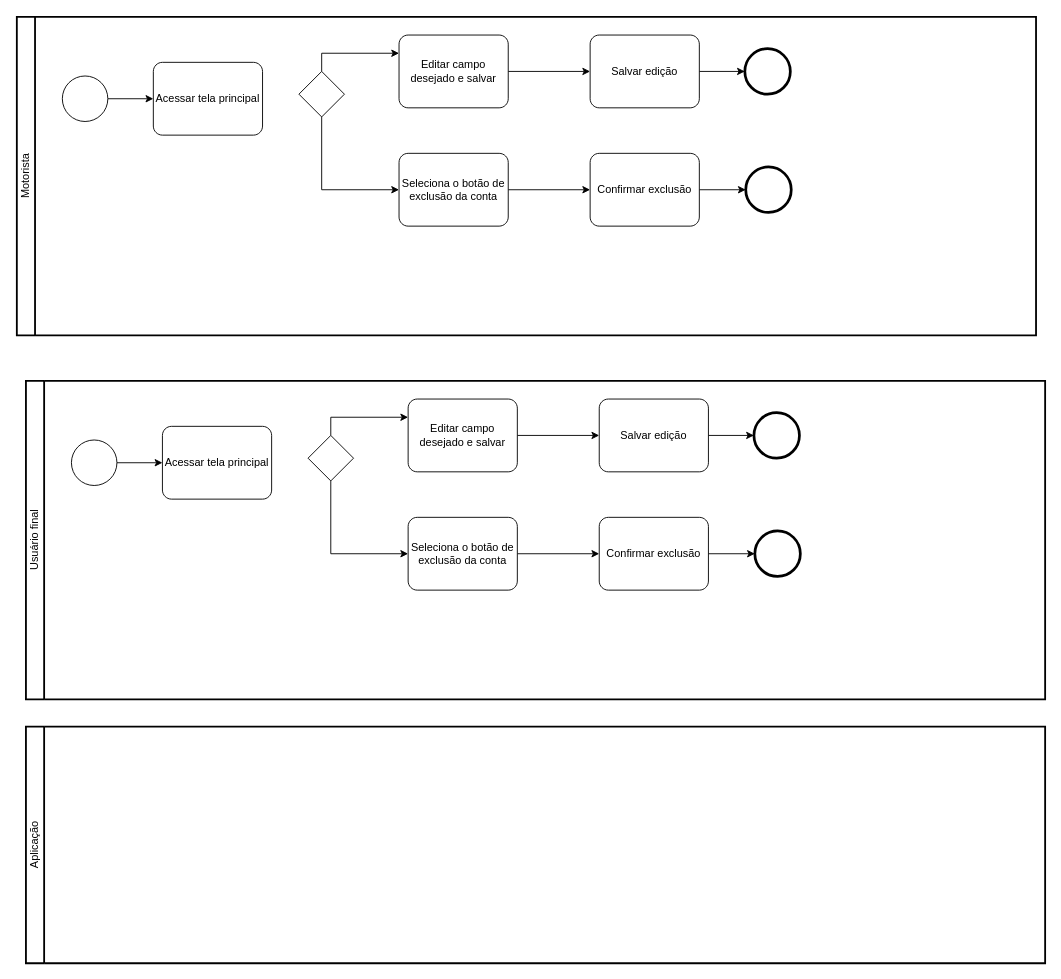
Earlier version of the draw.io diagram page "Editar/ excluir conta usuário" (4 of 8) of Untitled Diagram.drawio (ICEI-PUC-Minas-PMV-ADS/Pet-s-Car). Source tidied: cells renumbered, new cells numbered last; positions are measured from the earlier drawing's top-left corner, leaving out a move shared by most shapes. Both pictures are drawn from the tidied source at 91%, with x=0, y=0 at pixel (16, 16).
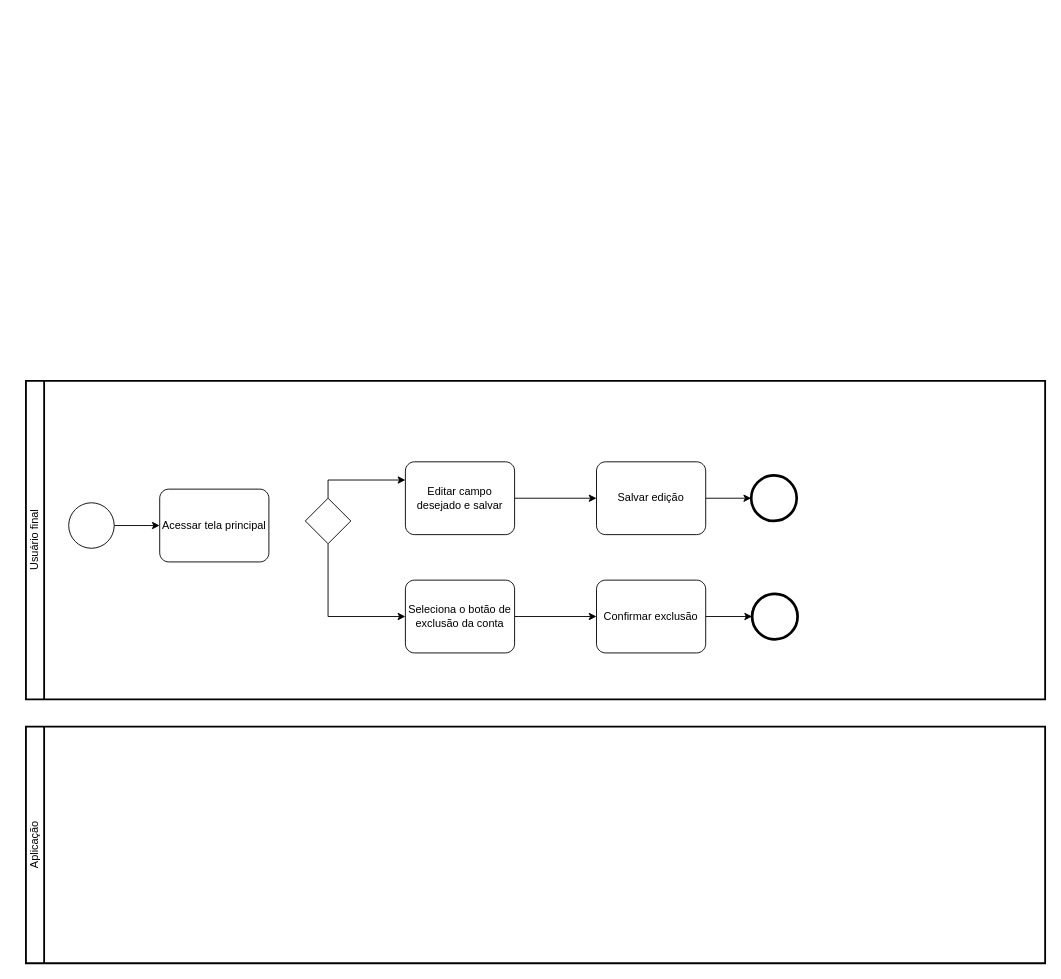
Above is the later version.

The change refers to these unchanged cells:
```xml
<mxCell id="2" value="Usuário final" style="swimlane;html=1;startSize=20;fontStyle=0;horizontal=0;swimlaneLine=1;swimlaneFillColor=#ffffff;strokeWidth=2;whiteSpace=wrap;" parent="1" vertex="1">
  <mxGeometry x="10" y="400" width="1120" height="350" as="geometry" />
</mxCell>
```

Change to the diagram source:
```diff
@@
     <mxCell id="4" style="points=[[0.145,0.145,0],[0.5,0,0],[0.855,0.145,0],[1,0.5,0],[0.855,0.855,0],[0.5,1,0],[0.145,0.855,0],[0,0.5,0]];shape=mxgraph.bpmn.event;html=1;verticalLabelPosition=bottom;labelBackgroundColor=#ffffff;verticalAlign=top;align=center;perimeter=ellipsePerimeter;outlineConnect=0;outline=standard;symbol=general;" parent="2" vertex="1">
-      <mxGeometry x="50" y="65" width="50" height="50" as="geometry" />
+      <mxGeometry x="47" y="134" width="50" height="50" as="geometry" />
     </mxCell>
     <mxCell id="5" value="Acessar tela principal" style="points=[[0.25,0,0],[0.5,0,0],[0.75,0,0],[1,0.25,0],[1,0.5,0],[1,0.75,0],[0.75,1,0],[0.5,1,0],[0.25,1,0],[0,0.75,0],[0,0.5,0],[0,0.25,0]];shape=mxgraph.bpmn.task;whiteSpace=wrap;rectStyle=rounded;size=10;html=1;taskMarker=abstract;" parent="2" vertex="1">
-      <mxGeometry x="150" y="50" width="120" height="80" as="geometry" />
+      <mxGeometry x="147" y="119" width="120" height="80" as="geometry" />
     </mxCell>
@@
     <mxCell id="7" value="Editar campo desejado e salvar" style="points=[[0.25,0,0],[0.5,0,0],[0.75,0,0],[1,0.25,0],[1,0.5,0],[1,0.75,0],[0.75,1,0],[0.5,1,0],[0.25,1,0],[0,0.75,0],[0,0.5,0],[0,0.25,0]];shape=mxgraph.bpmn.task;whiteSpace=wrap;rectStyle=rounded;size=10;html=1;taskMarker=abstract;" parent="2" vertex="1">
-      <mxGeometry x="420" y="20" width="120" height="80" as="geometry" />
+      <mxGeometry x="417" y="89" width="120" height="80" as="geometry" />
     </mxCell>
@@
     <mxCell id="10" style="points=[[0.25,0.25,0],[0.5,0,0],[0.75,0.25,0],[1,0.5,0],[0.75,0.75,0],[0.5,1,0],[0.25,0.75,0],[0,0.5,0]];shape=mxgraph.bpmn.gateway2;html=1;verticalLabelPosition=bottom;labelBackgroundColor=#ffffff;verticalAlign=top;align=center;perimeter=rhombusPerimeter;outlineConnect=0;outline=none;symbol=none;" parent="2" vertex="1">
-      <mxGeometry x="310" y="60" width="50" height="50" as="geometry" />
+      <mxGeometry x="307" y="129" width="50" height="50" as="geometry" />
     </mxCell>
@@
     <mxCell id="12" value="Seleciona o botão de exclusão da conta" style="points=[[0.25,0,0],[0.5,0,0],[0.75,0,0],[1,0.25,0],[1,0.5,0],[1,0.75,0],[0.75,1,0],[0.5,1,0],[0.25,1,0],[0,0.75,0],[0,0.5,0],[0,0.25,0]];shape=mxgraph.bpmn.task;whiteSpace=wrap;rectStyle=rounded;size=10;html=1;taskMarker=abstract;" parent="2" vertex="1">
-      <mxGeometry x="420" y="150" width="120" height="80" as="geometry" />
+      <mxGeometry x="417" y="219" width="120" height="80" as="geometry" />
     </mxCell>
@@
     <mxCell id="14" value="Salvar edição" style="points=[[0.25,0,0],[0.5,0,0],[0.75,0,0],[1,0.25,0],[1,0.5,0],[1,0.75,0],[0.75,1,0],[0.5,1,0],[0.25,1,0],[0,0.75,0],[0,0.5,0],[0,0.25,0]];shape=mxgraph.bpmn.task;whiteSpace=wrap;rectStyle=rounded;size=10;html=1;taskMarker=abstract;" parent="2" vertex="1">
-      <mxGeometry x="630" y="20" width="120" height="80" as="geometry" />
+      <mxGeometry x="627" y="89" width="120" height="80" as="geometry" />
     </mxCell>
@@
     <mxCell id="16" value="Confirmar exclusão" style="points=[[0.25,0,0],[0.5,0,0],[0.75,0,0],[1,0.25,0],[1,0.5,0],[1,0.75,0],[0.75,1,0],[0.5,1,0],[0.25,1,0],[0,0.75,0],[0,0.5,0],[0,0.25,0]];shape=mxgraph.bpmn.task;whiteSpace=wrap;rectStyle=rounded;size=10;html=1;taskMarker=abstract;" parent="2" vertex="1">
-      <mxGeometry x="630" y="150" width="120" height="80" as="geometry" />
+      <mxGeometry x="627" y="219" width="120" height="80" as="geometry" />
     </mxCell>
     <mxCell id="17" style="points=[[0.145,0.145,0],[0.5,0,0],[0.855,0.145,0],[1,0.5,0],[0.855,0.855,0],[0.5,1,0],[0.145,0.855,0],[0,0.5,0]];shape=mxgraph.bpmn.event;html=1;verticalLabelPosition=bottom;labelBackgroundColor=#ffffff;verticalAlign=top;align=center;perimeter=ellipsePerimeter;outlineConnect=0;outline=end;symbol=terminate2;" parent="2" vertex="1">
-      <mxGeometry x="800" y="35" width="50" height="50" as="geometry" />
+      <mxGeometry x="797" y="104" width="50" height="50" as="geometry" />
     </mxCell>
     <mxCell id="18" style="points=[[0.145,0.145,0],[0.5,0,0],[0.855,0.145,0],[1,0.5,0],[0.855,0.855,0],[0.5,1,0],[0.145,0.855,0],[0,0.5,0]];shape=mxgraph.bpmn.event;html=1;verticalLabelPosition=bottom;labelBackgroundColor=#ffffff;verticalAlign=top;align=center;perimeter=ellipsePerimeter;outlineConnect=0;outline=end;symbol=terminate2;" parent="2" vertex="1">
-      <mxGeometry x="801" y="165" width="50" height="50" as="geometry" />
+      <mxGeometry x="798" y="234" width="50" height="50" as="geometry" />
     </mxCell>
@@
-    <mxCell id="20" value="Motorista" style="swimlane;html=1;startSize=20;fontStyle=0;horizontal=0;swimlaneLine=1;swimlaneFillColor=#ffffff;strokeWidth=2;whiteSpace=wrap;" parent="1" vertex="1">
-      <mxGeometry width="1120" height="350" as="geometry" />
-    </mxCell>
-    <mxCell id="21" style="edgeStyle=orthogonalEdgeStyle;rounded=0;jettySize=auto;html=1;exitX=1;exitY=0.5;exitDx=0;exitDy=0;exitPerimeter=0;entryX=0;entryY=0.5;entryDx=0;entryDy=0;entryPerimeter=0;" parent="20" edge="1" source="22" target="23">
-      <mxGeometry relative="1" as="geometry" />
-    </mxCell>
-    <mxCell id="22" style="points=[[0.145,0.145,0],[0.5,0,0],[0.855,0.145,0],[1,0.5,0],[0.855,0.855,0],[0.5,1,0],[0.145,0.855,0],[0,0.5,0]];shape=mxgraph.bpmn.event;html=1;verticalLabelPosition=bottom;labelBackgroundColor=#ffffff;verticalAlign=top;align=center;perimeter=ellipsePerimeter;outlineConnect=0;outline=standard;symbol=general;" parent="20" vertex="1">
-      <mxGeometry x="50" y="65" width="50" height="50" as="geometry" />
-    </mxCell>
-    <mxCell id="23" value="Acessar tela principal" style="points=[[0.25,0,0],[0.5,0,0],[0.75,0,0],[1,0.25,0],[1,0.5,0],[1,0.75,0],[0.75,1,0],[0.5,1,0],[0.25,1,0],[0,0.75,0],[0,0.5,0],[0,0.25,0]];shape=mxgraph.bpmn.task;whiteSpace=wrap;rectStyle=rounded;size=10;html=1;taskMarker=abstract;" parent="20" vertex="1">
-      <mxGeometry x="150" y="50" width="120" height="80" as="geometry" />
-    </mxCell>
-    <mxCell id="24" style="edgeStyle=orthogonalEdgeStyle;rounded=0;jettySize=auto;html=1;exitX=1;exitY=0.5;exitDx=0;exitDy=0;exitPerimeter=0;entryX=0;entryY=0.5;entryDx=0;entryDy=0;entryPerimeter=0;" parent="20" edge="1" source="25" target="32">
-      <mxGeometry relative="1" as="geometry" />
-    </mxCell>
-    <mxCell id="25" value="Editar campo desejado e salvar" style="points=[[0.25,0,0],[0.5,0,0],[0.75,0,0],[1,0.25,0],[1,0.5,0],[1,0.75,0],[0.75,1,0],[0.5,1,0],[0.25,1,0],[0,0.75,0],[0,0.5,0],[0,0.25,0]];shape=mxgraph.bpmn.task;whiteSpace=wrap;rectStyle=rounded;size=10;html=1;taskMarker=abstract;" parent="20" vertex="1">
-      <mxGeometry x="420" y="20" width="120" height="80" as="geometry" />
-    </mxCell>
-    <mxCell id="26" style="edgeStyle=orthogonalEdgeStyle;rounded=0;jettySize=auto;html=1;exitX=0.5;exitY=0;exitDx=0;exitDy=0;exitPerimeter=0;entryX=0;entryY=0.25;entryDx=0;entryDy=0;entryPerimeter=0;" parent="20" edge="1" source="28" target="25">
-      <mxGeometry relative="1" as="geometry" />
-    </mxCell>
-    <mxCell id="27" style="edgeStyle=orthogonalEdgeStyle;rounded=0;jettySize=auto;html=1;exitX=0.5;exitY=1;exitDx=0;exitDy=0;exitPerimeter=0;entryX=0;entryY=0.5;entryDx=0;entryDy=0;entryPerimeter=0;" parent="20" edge="1" source="28" target="30">
-      <mxGeometry relative="1" as="geometry" />
-    </mxCell>
-    <mxCell id="28" style="points=[[0.25,0.25,0],[0.5,0,0],[0.75,0.25,0],[1,0.5,0],[0.75,0.75,0],[0.5,1,0],[0.25,0.75,0],[0,0.5,0]];shape=mxgraph.bpmn.gateway2;html=1;verticalLabelPosition=bottom;labelBackgroundColor=#ffffff;verticalAlign=top;align=center;perimeter=rhombusPerimeter;outlineConnect=0;outline=none;symbol=none;" parent="20" vertex="1">
-      <mxGeometry x="310" y="60" width="50" height="50" as="geometry" />
-    </mxCell>
-    <mxCell id="29" style="edgeStyle=orthogonalEdgeStyle;rounded=0;jettySize=auto;html=1;exitX=1;exitY=0.5;exitDx=0;exitDy=0;exitPerimeter=0;entryX=0;entryY=0.5;entryDx=0;entryDy=0;entryPerimeter=0;" parent="20" edge="1" source="30" target="34">
-      <mxGeometry relative="1" as="geometry" />
-    </mxCell>
-    <mxCell id="30" value="Seleciona o botão de exclusão da conta" style="points=[[0.25,0,0],[0.5,0,0],[0.75,0,0],[1,0.25,0],[1,0.5,0],[1,0.75,0],[0.75,1,0],[0.5,1,0],[0.25,1,0],[0,0.75,0],[0,0.5,0],[0,0.25,0]];shape=mxgraph.bpmn.task;whiteSpace=wrap;rectStyle=rounded;size=10;html=1;taskMarker=abstract;" parent="20" vertex="1">
-      <mxGeometry x="420" y="150" width="120" height="80" as="geometry" />
-    </mxCell>
-    <mxCell id="31" style="edgeStyle=orthogonalEdgeStyle;rounded=0;jettySize=auto;html=1;exitX=1;exitY=0.5;exitDx=0;exitDy=0;exitPerimeter=0;entryX=0;entryY=0.5;entryDx=0;entryDy=0;entryPerimeter=0;" parent="20" edge="1" source="32" target="35">
-      <mxGeometry relative="1" as="geometry" />
-    </mxCell>
-    <mxCell id="32" value="Salvar edição" style="points=[[0.25,0,0],[0.5,0,0],[0.75,0,0],[1,0.25,0],[1,0.5,0],[1,0.75,0],[0.75,1,0],[0.5,1,0],[0.25,1,0],[0,0.75,0],[0,0.5,0],[0,0.25,0]];shape=mxgraph.bpmn.task;whiteSpace=wrap;rectStyle=rounded;size=10;html=1;taskMarker=abstract;" parent="20" vertex="1">
-      <mxGeometry x="630" y="20" width="120" height="80" as="geometry" />
-    </mxCell>
-    <mxCell id="33" style="edgeStyle=orthogonalEdgeStyle;rounded=0;jettySize=auto;html=1;exitX=1;exitY=0.5;exitDx=0;exitDy=0;exitPerimeter=0;entryX=0;entryY=0.5;entryDx=0;entryDy=0;entryPerimeter=0;" parent="20" edge="1" source="34" target="36">
-      <mxGeometry relative="1" as="geometry" />
-    </mxCell>
-    <mxCell id="34" value="Confirmar exclusão" style="points=[[0.25,0,0],[0.5,0,0],[0.75,0,0],[1,0.25,0],[1,0.5,0],[1,0.75,0],[0.75,1,0],[0.5,1,0],[0.25,1,0],[0,0.75,0],[0,0.5,0],[0,0.25,0]];shape=mxgraph.bpmn.task;whiteSpace=wrap;rectStyle=rounded;size=10;html=1;taskMarker=abstract;" parent="20" vertex="1">
-      <mxGeometry x="630" y="150" width="120" height="80" as="geometry" />
-    </mxCell>
-    <mxCell id="35" style="points=[[0.145,0.145,0],[0.5,0,0],[0.855,0.145,0],[1,0.5,0],[0.855,0.855,0],[0.5,1,0],[0.145,0.855,0],[0,0.5,0]];shape=mxgraph.bpmn.event;html=1;verticalLabelPosition=bottom;labelBackgroundColor=#ffffff;verticalAlign=top;align=center;perimeter=ellipsePerimeter;outlineConnect=0;outline=end;symbol=terminate2;" parent="20" vertex="1">
-      <mxGeometry x="800" y="35" width="50" height="50" as="geometry" />
-    </mxCell>
-    <mxCell id="36" style="points=[[0.145,0.145,0],[0.5,0,0],[0.855,0.145,0],[1,0.5,0],[0.855,0.855,0],[0.5,1,0],[0.145,0.855,0],[0,0.5,0]];shape=mxgraph.bpmn.event;html=1;verticalLabelPosition=bottom;labelBackgroundColor=#ffffff;verticalAlign=top;align=center;perimeter=ellipsePerimeter;outlineConnect=0;outline=end;symbol=terminate2;" parent="20" vertex="1">
-      <mxGeometry x="801" y="165" width="50" height="50" as="geometry" />
-    </mxCell>
```
